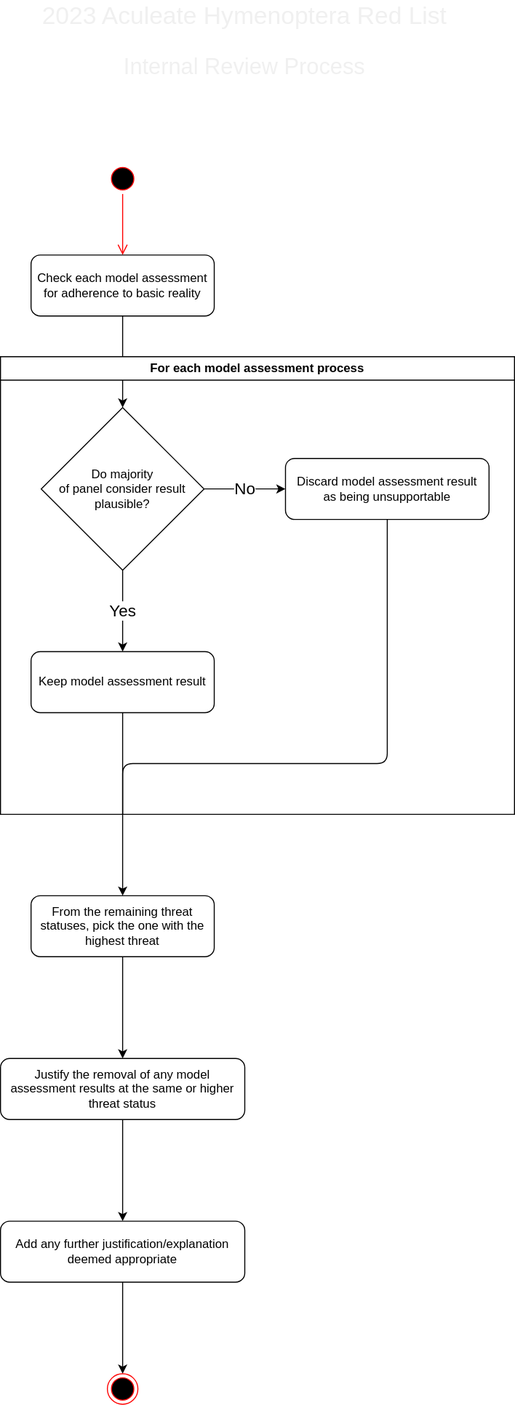
Earlier version of the draw.io export diagrams/internal_review_process.drawio.svg (Edwards-R/redlist_docs). Source tidied: cells renumbered, new cells last; positions are measured from the earlier drawing's top-left corner, leaving out a move shared by most shapes. Its diagram source:
```xml
<mxGraphModel>
  <root>
    <mxCell id="0" />
    <mxCell id="1" parent="0" />
    <mxCell id="2" style="ellipse;html=1;shape=startState;fillColor=#000000;strokeColor=#ff0000;" parent="1" vertex="1">
      <mxGeometry x="105" y="160" width="30" height="30" as="geometry" />
    </mxCell>
    <mxCell id="3" style="edgeStyle=orthogonalEdgeStyle;html=1;verticalAlign=bottom;endArrow=open;endSize=8;strokeColor=#ff0000;" parent="1" edge="1" source="2">
      <mxGeometry relative="1" as="geometry">
        <mxPoint x="120" y="250" as="targetPoint" />
      </mxGeometry>
    </mxCell>
    <mxCell id="4" style="edgeStyle=none;html=1;" parent="1" edge="1" source="5" target="8">
      <mxGeometry relative="1" as="geometry" />
    </mxCell>
    <mxCell id="5" value="Check each model assessment for adherence to basic reality" style="rounded=1;whiteSpace=wrap;html=1;" parent="1" vertex="1">
      <mxGeometry x="30" y="250" width="180" height="60" as="geometry" />
    </mxCell>
    <mxCell id="6" value="No" style="edgeStyle=none;html=1;entryX=0;entryY=0.5;entryDx=0;entryDy=0;fontSize=16;" parent="1" edge="1" source="8" target="12">
      <mxGeometry relative="1" as="geometry" />
    </mxCell>
    <mxCell id="7" value="Yes" style="edgeStyle=none;html=1;entryX=0.5;entryY=0;entryDx=0;entryDy=0;fontSize=16;" parent="1" edge="1" source="8" target="11">
      <mxGeometry relative="1" as="geometry" />
    </mxCell>
    <mxCell id="8" value="Do majority&lt;br&gt;of panel consider result plausible?" style="rhombus;whiteSpace=wrap;html=1;" parent="1" vertex="1">
      <mxGeometry x="40" y="400" width="160" height="160" as="geometry" />
    </mxCell>
    <mxCell id="9" style="edgeStyle=orthogonalEdgeStyle;html=1;fontSize=16;endArrow=none;endFill=0;" parent="1" edge="1" source="12">
      <mxGeometry relative="1" as="geometry">
        <mxPoint x="120" y="800" as="targetPoint" />
        <Array as="points">
          <mxPoint x="380" y="750" />
          <mxPoint x="120" y="750" />
        </Array>
      </mxGeometry>
    </mxCell>
    <mxCell id="10" value="For each model assessment process" style="swimlane;whiteSpace=wrap;html=1;" parent="1" vertex="1">
      <mxGeometry y="350" width="505" height="450" as="geometry" />
    </mxCell>
    <mxCell id="11" value="Keep model assessment result" style="rounded=1;whiteSpace=wrap;html=1;" parent="10" vertex="1">
      <mxGeometry x="30" y="290" width="180" height="60" as="geometry" />
    </mxCell>
    <mxCell id="12" value="Discard model assessment result&lt;br&gt;as being unsupportable" style="rounded=1;whiteSpace=wrap;html=1;" parent="10" vertex="1">
      <mxGeometry x="280" y="100" width="200" height="60" as="geometry" />
    </mxCell>
    <mxCell id="13" style="edgeStyle=orthogonalEdgeStyle;html=1;fontSize=16;endArrow=classic;endFill=1;entryX=0.5;entryY=0;entryDx=0;entryDy=0;" parent="1" edge="1" source="11" target="15">
      <mxGeometry relative="1" as="geometry" />
    </mxCell>
    <mxCell id="14" style="edgeStyle=orthogonalEdgeStyle;html=1;fontSize=16;endArrow=classic;endFill=1;" parent="1" edge="1" source="15" target="17">
      <mxGeometry relative="1" as="geometry" />
    </mxCell>
    <mxCell id="15" value="From the remaining threat statuses, pick the one with the highest threat" style="rounded=1;whiteSpace=wrap;html=1;" parent="1" vertex="1">
      <mxGeometry x="30" y="880" width="180" height="60" as="geometry" />
    </mxCell>
    <mxCell id="16" style="edgeStyle=orthogonalEdgeStyle;html=1;fontSize=16;endArrow=classic;endFill=1;" parent="1" edge="1" source="17" target="19">
      <mxGeometry relative="1" as="geometry" />
    </mxCell>
    <mxCell id="17" value="Justify the removal of any model assessment results at the same or higher threat status" style="rounded=1;whiteSpace=wrap;html=1;" parent="1" vertex="1">
      <mxGeometry y="1040" width="240" height="60" as="geometry" />
    </mxCell>
    <mxCell id="18" style="edgeStyle=orthogonalEdgeStyle;html=1;entryX=0.5;entryY=0;entryDx=0;entryDy=0;fontSize=16;endArrow=classic;endFill=1;" parent="1" edge="1" source="19" target="20">
      <mxGeometry relative="1" as="geometry" />
    </mxCell>
    <mxCell id="19" value="Add any further justification/explanation deemed appropriate" style="rounded=1;whiteSpace=wrap;html=1;" parent="1" vertex="1">
      <mxGeometry y="1200" width="240" height="60" as="geometry" />
    </mxCell>
    <mxCell id="20" style="ellipse;html=1;shape=endState;fillColor=#000000;strokeColor=#ff0000;fontSize=16;" parent="1" vertex="1">
      <mxGeometry x="105" y="1350" width="30" height="30" as="geometry" />
    </mxCell>
    <mxCell id="21" value="2023 Aculeate Hymenoptera Red List" style="text;html=1;strokeColor=none;fillColor=none;align=center;verticalAlign=middle;whiteSpace=wrap;rounded=0;labelBorderColor=none;fontSize=24;fontColor=#F0f0f0;labelBackgroundColor=none;" parent="1" vertex="1">
      <mxGeometry width="480" height="30" as="geometry" />
    </mxCell>
    <mxCell id="22" value="&lt;font style=&quot;font-size: 22px;&quot;&gt;Internal Review Process&lt;/font&gt;" style="text;html=1;strokeColor=none;fillColor=none;align=center;verticalAlign=middle;whiteSpace=wrap;rounded=0;labelBorderColor=none;fontSize=24;fontColor=#F0f0f0;labelBackgroundColor=none;" parent="1" vertex="1">
      <mxGeometry y="50" width="480" height="30" as="geometry" />
    </mxCell>
  </root>
</mxGraphModel>
```
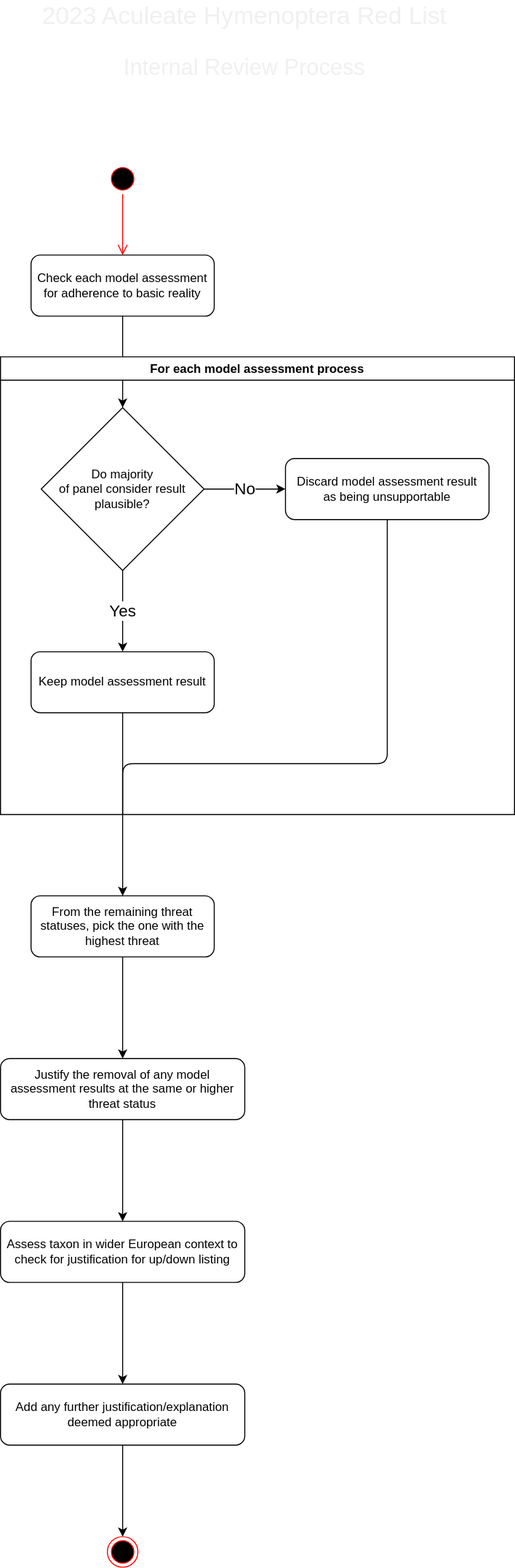
The same diagram one commit later.

The edit, as a diff of the source:
```diff
@@ -52,26 +52,36 @@
     <mxCell id="15" value="From the remaining threat statuses, pick the one with the highest threat" style="rounded=1;whiteSpace=wrap;html=1;" parent="1" vertex="1">
       <mxGeometry x="30" y="880" width="180" height="60" as="geometry" />
     </mxCell>
-    <mxCell id="16" style="edgeStyle=orthogonalEdgeStyle;html=1;fontSize=16;endArrow=classic;endFill=1;" parent="1" edge="1" source="17" target="19">
-      <mxGeometry relative="1" as="geometry" />
+    <mxCell id="16" style="edgeStyle=orthogonalEdgeStyle;html=1;fontSize=16;endArrow=classic;endFill=1;" parent="1" edge="1" source="17">
+      <mxGeometry relative="1" as="geometry">
+        <mxPoint x="120" y="1200" as="targetPoint" />
+      </mxGeometry>
     </mxCell>
     <mxCell id="17" value="Justify the removal of any model assessment results at the same or higher threat status" style="rounded=1;whiteSpace=wrap;html=1;" parent="1" vertex="1">
       <mxGeometry y="1040" width="240" height="60" as="geometry" />
     </mxCell>
-    <mxCell id="18" style="edgeStyle=orthogonalEdgeStyle;html=1;entryX=0.5;entryY=0;entryDx=0;entryDy=0;fontSize=16;endArrow=classic;endFill=1;" parent="1" edge="1" source="19" target="20">
-      <mxGeometry relative="1" as="geometry" />
-    </mxCell>
-    <mxCell id="19" value="Add any further justification/explanation deemed appropriate" style="rounded=1;whiteSpace=wrap;html=1;" parent="1" vertex="1">
-      <mxGeometry y="1200" width="240" height="60" as="geometry" />
-    </mxCell>
-    <mxCell id="20" style="ellipse;html=1;shape=endState;fillColor=#000000;strokeColor=#ff0000;fontSize=16;" parent="1" vertex="1">
-      <mxGeometry x="105" y="1350" width="30" height="30" as="geometry" />
-    </mxCell>
     <mxCell id="21" value="2023 Aculeate Hymenoptera Red List" style="text;html=1;strokeColor=none;fillColor=none;align=center;verticalAlign=middle;whiteSpace=wrap;rounded=0;labelBorderColor=none;fontSize=24;fontColor=#F0f0f0;labelBackgroundColor=none;" parent="1" vertex="1">
       <mxGeometry width="480" height="30" as="geometry" />
     </mxCell>
     <mxCell id="22" value="&lt;font style=&quot;font-size: 22px;&quot;&gt;Internal Review Process&lt;/font&gt;" style="text;html=1;strokeColor=none;fillColor=none;align=center;verticalAlign=middle;whiteSpace=wrap;rounded=0;labelBorderColor=none;fontSize=24;fontColor=#F0f0f0;labelBackgroundColor=none;" parent="1" vertex="1">
       <mxGeometry y="50" width="480" height="30" as="geometry" />
     </mxCell>
+    <mxCell id="23" style="edgeStyle=orthogonalEdgeStyle;html=1;entryX=0.5;entryY=0;entryDx=0;entryDy=0;fontSize=16;endArrow=classic;endFill=1;" parent="1" edge="1" source="19" target="24">
+      <mxGeometry relative="1" as="geometry" />
+    </mxCell>
+    <mxCell id="19" value="Add any further justification/explanation deemed appropriate" style="rounded=1;whiteSpace=wrap;html=1;" parent="1" vertex="1">
+      <mxGeometry y="1360" width="240" height="60" as="geometry" />
+    </mxCell>
+    <mxCell id="24" style="ellipse;html=1;shape=endState;fillColor=#000000;strokeColor=#ff0000;fontSize=16;" parent="1" vertex="1">
+      <mxGeometry x="105" y="1510" width="30" height="30" as="geometry" />
+    </mxCell>
+    <mxCell id="25" style="edgeStyle=orthogonalEdgeStyle;html=1;fontSize=16;endArrow=classic;endFill=1;" parent="1" edge="1" source="26">
+      <mxGeometry relative="1" as="geometry">
+        <mxPoint x="120" y="1360" as="targetPoint" />
+      </mxGeometry>
+    </mxCell>
+    <mxCell id="26" value="Assess taxon in wider European context to check for justification for up/down listing" style="rounded=1;whiteSpace=wrap;html=1;" parent="1" vertex="1">
+      <mxGeometry y="1200" width="240" height="60" as="geometry" />
+    </mxCell>
   </root>
 </mxGraphModel>
```
